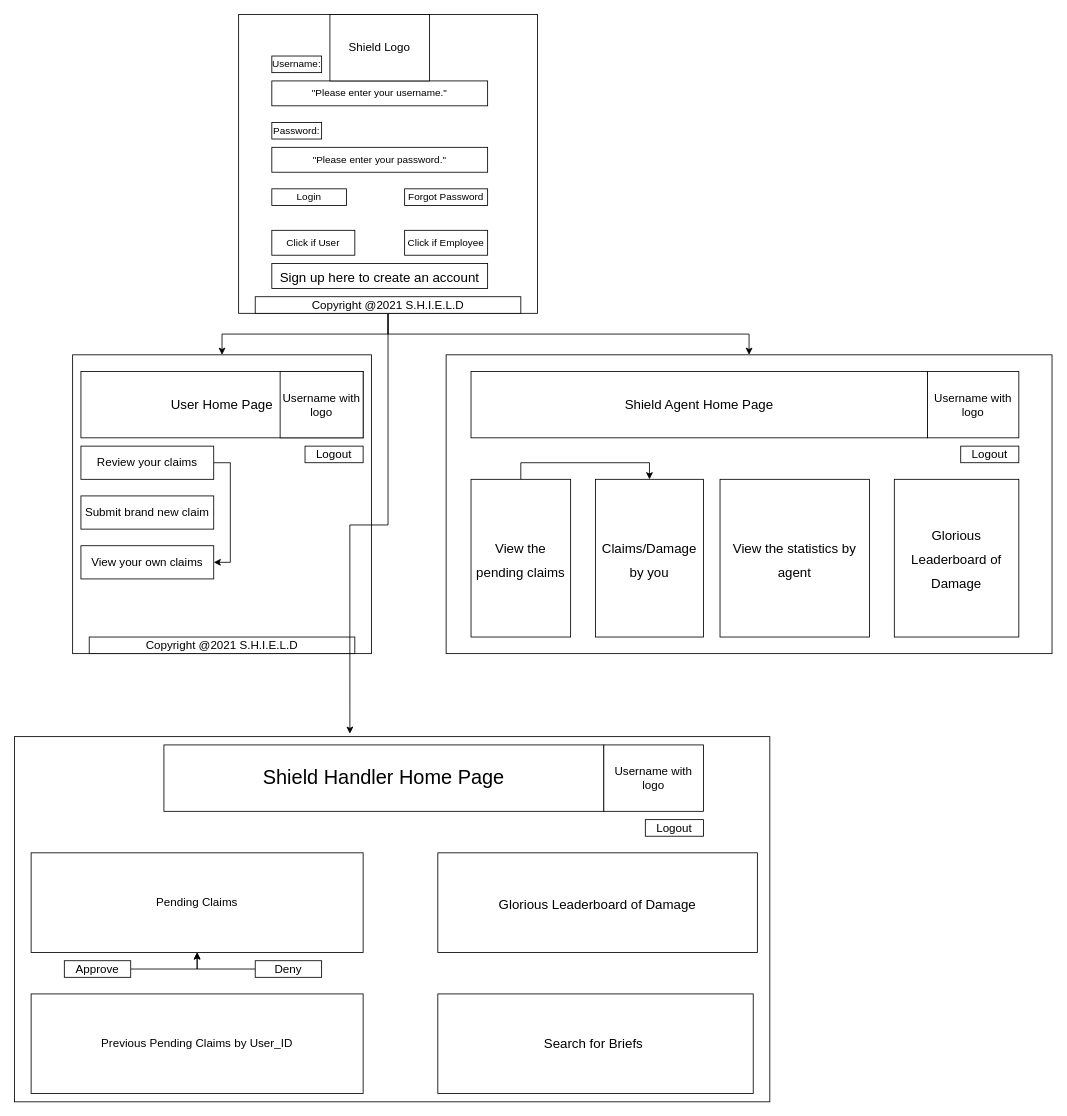
This is TeamShield.drawio from ericthered1138/Project-2, a draw.io file, before an edit. Source tidied: cells renumbered, new cells numbered last; positions are measured from the earlier drawing's top-left corner, leaving out a move shared by most shapes. Both pictures are drawn from the tidied source at 83%, with x=0, y=0 at pixel (14, 14).
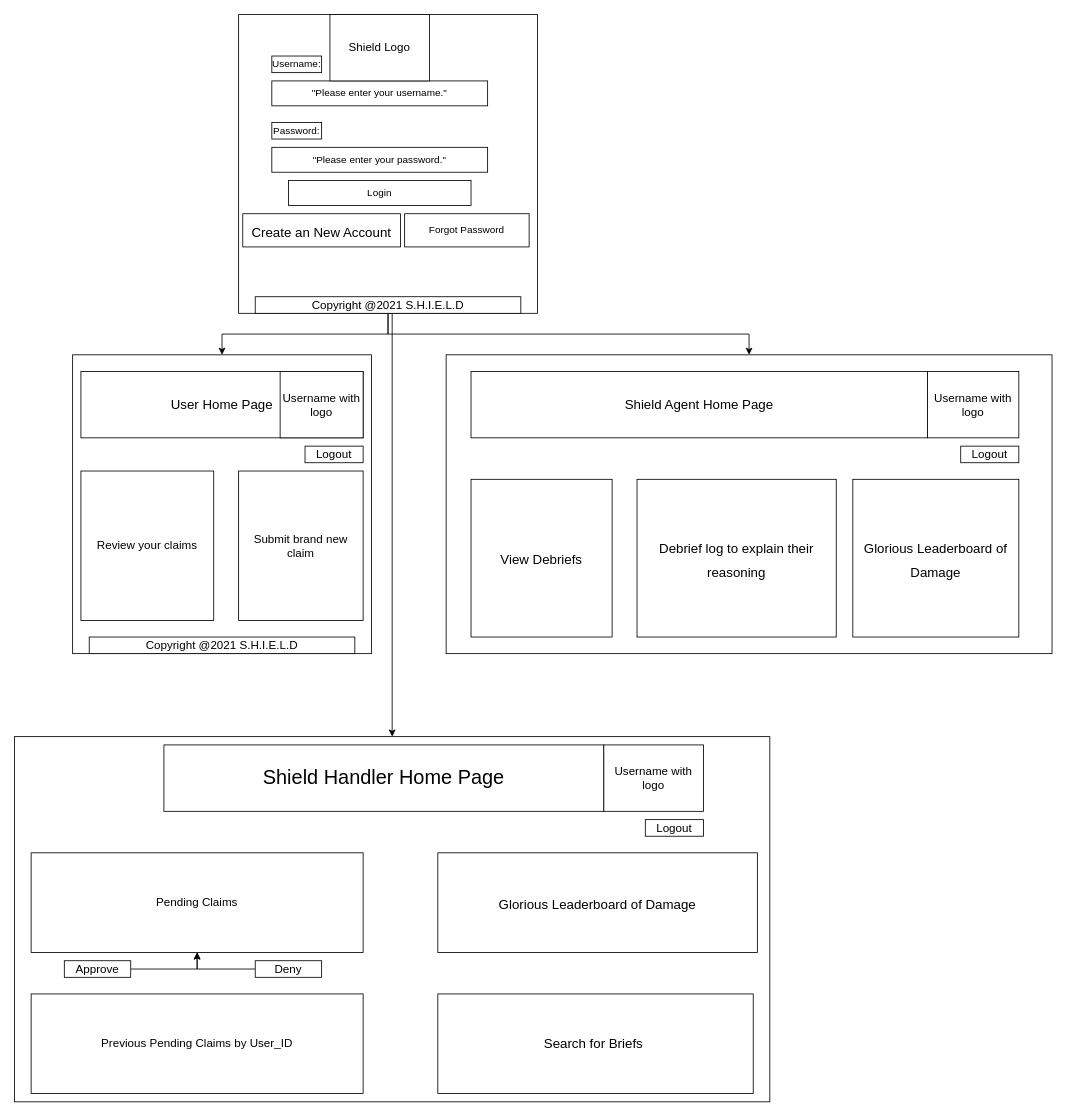
Above is the later version.

The change refers to these unchanged cells:
```xml
<mxCell id="25" value="Copyright @2021 S.H.I.E.L.D" style="rounded=0;whiteSpace=wrap;html=1;fontSize=14;" parent="1" vertex="1">
  <mxGeometry x="290" y="340" width="320" height="20" as="geometry" />
</mxCell>
<mxCell id="29" style="rounded=0;whiteSpace=wrap;html=1;fontSize=24;" parent="1" vertex="1">
  <mxGeometry y="870" width="910" height="440" as="geometry" />
</mxCell>
```

What changed in the source:
```diff
@@
-    <mxCell id="4" value="Click if User" style="rounded=0;whiteSpace=wrap;html=1;" parent="1" vertex="1">
-      <mxGeometry x="310" y="260" width="100" height="30" as="geometry" />
-    </mxCell>
-    <mxCell id="5" value="Click if Employee" style="rounded=0;whiteSpace=wrap;html=1;" parent="1" vertex="1">
-      <mxGeometry x="470" y="260" width="100" height="30" as="geometry" />
-    </mxCell>
@@
     <mxCell id="10" value="Login" style="rounded=0;whiteSpace=wrap;html=1;" parent="1" vertex="1">
-      <mxGeometry x="310" y="210" width="90" height="20" as="geometry" />
+      <mxGeometry x="330" y="200" width="220" height="30" as="geometry" />
     </mxCell>
     <mxCell id="11" value="Forgot Password" style="rounded=0;whiteSpace=wrap;html=1;" parent="1" vertex="1">
-      <mxGeometry x="470" y="210" width="100" height="20" as="geometry" />
+      <mxGeometry x="470" y="240" width="150" height="40" as="geometry" />
     </mxCell>
@@
-    <mxCell id="14" value="&lt;font size=&quot;3&quot;&gt;Sign up here to create an account&lt;/font&gt;" style="rounded=0;whiteSpace=wrap;html=1;fontSize=24;" parent="1" vertex="1">
-      <mxGeometry x="310" y="300" width="260" height="30" as="geometry" />
+    <mxCell id="14" value="&lt;font size=&quot;3&quot;&gt;Create an New Account&lt;/font&gt;" style="rounded=0;whiteSpace=wrap;html=1;fontSize=24;" parent="1" vertex="1">
+      <mxGeometry x="275" y="240" width="190" height="40" as="geometry" />
     </mxCell>
-    <mxCell id="15" style="edgeStyle=orthogonalEdgeStyle;rounded=0;jettySize=auto;html=1;exitX=1;exitY=0.5;exitDx=0;exitDy=0;entryX=1;entryY=0.5;entryDx=0;entryDy=0;fontSize=14;" parent="1" edge="1" source="16" target="21">
-      <mxGeometry relative="1" as="geometry" />
-    </mxCell>
     <mxCell id="16" value="Review your claims" style="rounded=0;whiteSpace=wrap;html=1;fontSize=14;" parent="1" vertex="1">
-      <mxGeometry x="80" y="520" width="160" height="40" as="geometry" />
+      <mxGeometry x="80" y="550" width="160" height="180" as="geometry" />
     </mxCell>
     <mxCell id="17" value="Submit brand new claim" style="rounded=0;whiteSpace=wrap;html=1;fontSize=14;" parent="1" vertex="1">
-      <mxGeometry x="80" y="580" width="160" height="40" as="geometry" />
+      <mxGeometry x="270" y="550" width="150" height="180" as="geometry" />
     </mxCell>
@@
-    <mxCell id="21" value="View your own claims" style="rounded=0;whiteSpace=wrap;html=1;fontSize=14;" parent="1" vertex="1">
-      <mxGeometry x="80" y="640" width="160" height="40" as="geometry" />
-    </mxCell>
@@
-    <mxCell id="24" style="edgeStyle=orthogonalEdgeStyle;rounded=0;jettySize=auto;html=1;exitX=0.5;exitY=1;exitDx=0;exitDy=0;entryX=0.444;entryY=-0.008;entryDx=0;entryDy=0;entryPerimeter=0;fontSize=24;" parent="1" edge="1" source="25" target="29">
-      <mxGeometry relative="1" as="geometry" />
+    <mxCell id="24" style="edgeStyle=orthogonalEdgeStyle;rounded=0;jettySize=auto;html=1;exitX=0.5;exitY=1;exitDx=0;exitDy=0;fontSize=24;entryX=0.5;entryY=0;entryDx=0;entryDy=0;" parent="1" edge="1" source="25" target="29">
+      <mxGeometry relative="1" as="geometry">
+        <Array as="points">
+          <mxPoint x="455" y="360" />
+        </Array>
+      </mxGeometry>
     </mxCell>
@@
-    <mxCell id="31" value="&lt;font size=&quot;3&quot;&gt;Claims/Damage by you&lt;/font&gt;" style="rounded=0;whiteSpace=wrap;html=1;fontSize=24;" parent="1" vertex="1">
-      <mxGeometry x="700" y="560" width="130" height="190" as="geometry" />
+    <mxCell id="31" value="&lt;font size=&quot;3&quot;&gt;Debrief log to explain their reasoning&lt;/font&gt;" style="rounded=0;whiteSpace=wrap;html=1;fontSize=24;" parent="1" vertex="1">
+      <mxGeometry x="750" y="560" width="240" height="190" as="geometry" />
     </mxCell>
@@
-    <mxCell id="33" style="edgeStyle=orthogonalEdgeStyle;rounded=0;jettySize=auto;html=1;exitX=0.5;exitY=0;exitDx=0;exitDy=0;entryX=0.5;entryY=0;entryDx=0;entryDy=0;" parent="1" edge="1" source="34" target="31">
-      <mxGeometry relative="1" as="geometry" />
-    </mxCell>
-    <mxCell id="34" value="&lt;font size=&quot;3&quot;&gt;View the pending claims&lt;/font&gt;" style="rounded=0;whiteSpace=wrap;html=1;fontSize=24;" parent="1" vertex="1">
-      <mxGeometry x="550" y="560" width="120" height="190" as="geometry" />
+    <mxCell id="34" value="&lt;font size=&quot;3&quot;&gt;View Debriefs&lt;br&gt;&lt;/font&gt;" style="rounded=0;whiteSpace=wrap;html=1;fontSize=24;" parent="1" vertex="1">
+      <mxGeometry x="550" y="560" width="170" height="190" as="geometry" />
     </mxCell>
-    <mxCell id="35" value="&lt;font size=&quot;3&quot;&gt;View the statistics by agent&lt;/font&gt;" style="rounded=0;whiteSpace=wrap;html=1;fontSize=24;" parent="1" vertex="1">
-      <mxGeometry x="850" y="560" width="180" height="190" as="geometry" />
-    </mxCell>
     <mxCell id="36" value="&lt;font size=&quot;3&quot;&gt;Glorious Leaderboard of Damage&lt;/font&gt;" style="rounded=0;whiteSpace=wrap;html=1;fontSize=24;" parent="1" vertex="1">
-      <mxGeometry x="1060" y="560" width="150" height="190" as="geometry" />
+      <mxGeometry x="1010" y="560" width="200" height="190" as="geometry" />
     </mxCell>
```
